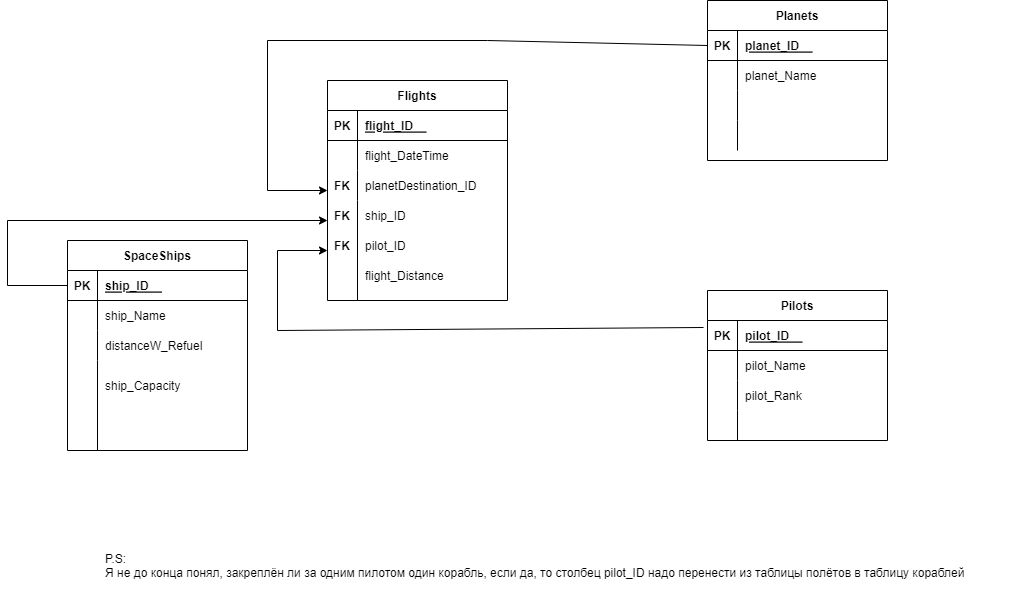
This is part1/SpacePort.png from Kolesa-Education/kolesa-upgrade-homework-4, a draw.io export, as it was before one commit. Source tidied: cells renumbered, new cells last; positions are measured from the earlier drawing's top-left corner, leaving out a move shared by most shapes. Its diagram source:
```xml
<mxGraphModel>
  <root>
    <mxCell id="0" />
    <mxCell id="1" parent="0" />
    <mxCell id="2" value="Flights" style="shape=table;startSize=30;rowLines=0;fontStyle=1;align=center;" parent="1" vertex="1">
      <mxGeometry x="320" y="80" width="180" height="220" as="geometry" />
    </mxCell>
    <mxCell id="3" style="shape=tableRow;horizontal=0;startSize=0;swimlaneHead=0;swimlaneBody=0;fillColor=none;top=0;left=0;right=0;bottom=1;" parent="2" vertex="1">
      <mxGeometry y="30" width="180" height="30" as="geometry" />
    </mxCell>
    <mxCell id="4" value="PK" style="shape=partialRectangle;fillColor=none;top=0;left=0;bottom=0;right=0;fontStyle=1;overflow=hidden;" parent="3" vertex="1">
      <mxGeometry width="30" height="30" as="geometry" />
    </mxCell>
    <mxCell id="5" value="flight_ID    " style="shape=partialRectangle;fillColor=none;top=0;left=0;bottom=0;right=0;align=left;spacingLeft=6;fontStyle=5;overflow=hidden;" parent="3" vertex="1">
      <mxGeometry x="30" width="150" height="30" as="geometry" />
    </mxCell>
    <mxCell id="6" style="shape=tableRow;horizontal=0;startSize=0;swimlaneHead=0;swimlaneBody=0;fillColor=none;top=0;left=0;right=0;bottom=0;" parent="2" vertex="1">
      <mxGeometry y="60" width="180" height="30" as="geometry" />
    </mxCell>
    <mxCell id="7" style="shape=partialRectangle;fillColor=none;top=0;left=0;bottom=0;right=0;overflow=hidden;" parent="6" vertex="1">
      <mxGeometry width="30" height="30" as="geometry" />
    </mxCell>
    <mxCell id="8" value="flight_DateTime" style="shape=partialRectangle;fillColor=none;top=0;left=0;bottom=0;right=0;align=left;spacingLeft=6;overflow=hidden;" parent="6" vertex="1">
      <mxGeometry x="30" width="150" height="30" as="geometry" />
    </mxCell>
    <mxCell id="9" style="shape=tableRow;horizontal=0;startSize=0;swimlaneHead=0;swimlaneBody=0;fillColor=none;top=0;left=0;right=0;bottom=0;" parent="2" vertex="1">
      <mxGeometry y="90" width="180" height="30" as="geometry" />
    </mxCell>
    <mxCell id="10" style="shape=partialRectangle;fillColor=none;top=0;left=0;bottom=0;right=0;overflow=hidden;" parent="9" vertex="1">
      <mxGeometry width="30" height="30" as="geometry" />
    </mxCell>
    <mxCell id="11" value="planetDestination_ID" style="shape=partialRectangle;fillColor=none;top=0;left=0;bottom=0;right=0;align=left;spacingLeft=6;overflow=hidden;" parent="9" vertex="1">
      <mxGeometry x="30" width="150" height="30" as="geometry" />
    </mxCell>
    <mxCell id="12" style="shape=tableRow;horizontal=0;startSize=0;swimlaneHead=0;swimlaneBody=0;fillColor=none;top=0;left=0;right=0;bottom=0;" parent="2" vertex="1">
      <mxGeometry y="120" width="180" height="100" as="geometry" />
    </mxCell>
    <mxCell id="13" style="shape=partialRectangle;fillColor=none;top=0;left=0;bottom=0;right=0;overflow=hidden;" parent="12" vertex="1">
      <mxGeometry width="30" height="100" as="geometry" />
    </mxCell>
    <mxCell id="14" style="shape=partialRectangle;fillColor=none;top=0;left=0;bottom=0;right=0;align=left;spacingLeft=6;overflow=hidden;" parent="12" vertex="1">
      <mxGeometry x="30" width="150" height="100" as="geometry" />
    </mxCell>
    <mxCell id="15" value="Planets" style="shape=table;startSize=30;rowLines=0;fontStyle=1;align=center;" parent="1" vertex="1">
      <mxGeometry x="700" width="180" height="160" as="geometry" />
    </mxCell>
    <mxCell id="16" style="shape=tableRow;horizontal=0;startSize=0;swimlaneHead=0;swimlaneBody=0;fillColor=none;points=[[0,0.5],[1,0.5]];portConstraint=eastwest;top=0;left=0;right=0;bottom=1;" parent="15" vertex="1">
      <mxGeometry y="30" width="180" height="30" as="geometry" />
    </mxCell>
    <mxCell id="17" value="PK" style="shape=partialRectangle;fillColor=none;top=0;left=0;bottom=0;right=0;fontStyle=1;overflow=hidden;" parent="16" vertex="1">
      <mxGeometry width="30" height="30" as="geometry" />
    </mxCell>
    <mxCell id="18" value="planet_ID    " style="shape=partialRectangle;fillColor=none;top=0;left=0;bottom=0;right=0;align=left;spacingLeft=6;fontStyle=5;overflow=hidden;" parent="16" vertex="1">
      <mxGeometry x="30" width="150" height="30" as="geometry" />
    </mxCell>
    <mxCell id="19" style="shape=tableRow;horizontal=0;startSize=0;swimlaneHead=0;swimlaneBody=0;fillColor=none;top=0;left=0;right=0;bottom=0;" parent="15" vertex="1">
      <mxGeometry y="60" width="180" height="30" as="geometry" />
    </mxCell>
    <mxCell id="20" style="shape=partialRectangle;fillColor=none;top=0;left=0;bottom=0;right=0;overflow=hidden;" parent="19" vertex="1">
      <mxGeometry width="30" height="30" as="geometry" />
    </mxCell>
    <mxCell id="21" value="planet_Name" style="shape=partialRectangle;fillColor=none;top=0;left=0;bottom=0;right=0;align=left;spacingLeft=6;overflow=hidden;" parent="19" vertex="1">
      <mxGeometry x="30" width="150" height="30" as="geometry" />
    </mxCell>
    <mxCell id="22" style="shape=tableRow;horizontal=0;startSize=0;swimlaneHead=0;swimlaneBody=0;fillColor=none;top=0;left=0;right=0;bottom=0;" parent="15" vertex="1">
      <mxGeometry y="90" width="180" height="30" as="geometry" />
    </mxCell>
    <mxCell id="23" style="shape=partialRectangle;fillColor=none;top=0;left=0;bottom=0;right=0;overflow=hidden;" parent="22" vertex="1">
      <mxGeometry width="30" height="30" as="geometry" />
    </mxCell>
    <mxCell id="24" style="shape=partialRectangle;fillColor=none;top=0;left=0;bottom=0;right=0;align=left;spacingLeft=6;overflow=hidden;" parent="22" vertex="1">
      <mxGeometry x="30" width="150" height="30" as="geometry" />
    </mxCell>
    <mxCell id="25" style="shape=tableRow;horizontal=0;startSize=0;swimlaneHead=0;swimlaneBody=0;fillColor=none;top=0;left=0;right=0;bottom=0;" parent="15" vertex="1">
      <mxGeometry y="120" width="180" height="30" as="geometry" />
    </mxCell>
    <mxCell id="26" style="shape=partialRectangle;fillColor=none;top=0;left=0;bottom=0;right=0;overflow=hidden;" parent="25" vertex="1">
      <mxGeometry width="30" height="30" as="geometry" />
    </mxCell>
    <mxCell id="27" style="shape=partialRectangle;fillColor=none;top=0;left=0;bottom=0;right=0;align=left;spacingLeft=6;overflow=hidden;" parent="25" vertex="1">
      <mxGeometry x="30" width="150" height="30" as="geometry" />
    </mxCell>
    <mxCell id="28" value="SpaceShips" style="shape=table;startSize=30;rowLines=0;fontStyle=1;align=center;" parent="1" vertex="1">
      <mxGeometry x="60" y="240" width="180" height="210" as="geometry" />
    </mxCell>
    <mxCell id="29" style="shape=tableRow;horizontal=0;startSize=0;swimlaneHead=0;swimlaneBody=0;fillColor=none;points=[[0,0.5],[1,0.5]];portConstraint=eastwest;top=0;left=0;right=0;bottom=1;" parent="28" vertex="1">
      <mxGeometry y="30" width="180" height="30" as="geometry" />
    </mxCell>
    <mxCell id="30" value="PK" style="shape=partialRectangle;fillColor=none;top=0;left=0;bottom=0;right=0;fontStyle=1;overflow=hidden;" parent="29" vertex="1">
      <mxGeometry width="30" height="30" as="geometry" />
    </mxCell>
    <mxCell id="31" value="ship_ID    " style="shape=partialRectangle;fillColor=none;top=0;left=0;bottom=0;right=0;align=left;spacingLeft=6;fontStyle=5;overflow=hidden;" parent="29" vertex="1">
      <mxGeometry x="30" width="150" height="30" as="geometry" />
    </mxCell>
    <mxCell id="32" style="shape=tableRow;horizontal=0;startSize=0;swimlaneHead=0;swimlaneBody=0;fillColor=none;top=0;left=0;right=0;bottom=0;" parent="28" vertex="1">
      <mxGeometry y="60" width="180" height="30" as="geometry" />
    </mxCell>
    <mxCell id="33" style="shape=partialRectangle;fillColor=none;top=0;left=0;bottom=0;right=0;overflow=hidden;" parent="32" vertex="1">
      <mxGeometry width="30" height="30" as="geometry" />
    </mxCell>
    <mxCell id="34" value="ship_Name" style="shape=partialRectangle;fillColor=none;top=0;left=0;bottom=0;right=0;align=left;spacingLeft=6;overflow=hidden;" parent="32" vertex="1">
      <mxGeometry x="30" width="150" height="30" as="geometry" />
    </mxCell>
    <mxCell id="35" style="shape=tableRow;horizontal=0;startSize=0;swimlaneHead=0;swimlaneBody=0;fillColor=none;top=0;left=0;right=0;bottom=0;" parent="28" vertex="1">
      <mxGeometry y="90" width="180" height="30" as="geometry" />
    </mxCell>
    <mxCell id="36" style="shape=partialRectangle;fillColor=none;top=0;left=0;bottom=0;right=0;overflow=hidden;" parent="35" vertex="1">
      <mxGeometry width="30" height="30" as="geometry" />
    </mxCell>
    <mxCell id="37" value="distanceW_Refuel" style="shape=partialRectangle;fillColor=none;top=0;left=0;bottom=0;right=0;align=left;spacingLeft=6;overflow=hidden;" parent="35" vertex="1">
      <mxGeometry x="30" width="150" height="30" as="geometry" />
    </mxCell>
    <mxCell id="38" style="shape=tableRow;horizontal=0;startSize=0;swimlaneHead=0;swimlaneBody=0;fillColor=none;top=0;left=0;right=0;bottom=0;" parent="28" vertex="1">
      <mxGeometry y="120" width="180" height="90" as="geometry" />
    </mxCell>
    <mxCell id="39" style="shape=partialRectangle;fillColor=none;top=0;left=0;bottom=0;right=0;overflow=hidden;" parent="38" vertex="1">
      <mxGeometry width="30" height="90" as="geometry" />
    </mxCell>
    <mxCell id="40" style="shape=partialRectangle;fillColor=none;top=0;left=0;bottom=0;right=0;align=left;spacingLeft=6;overflow=hidden;" parent="38" vertex="1">
      <mxGeometry x="30" width="150" height="90" as="geometry" />
    </mxCell>
    <mxCell id="41" value="ship_Capacity" style="shape=partialRectangle;fillColor=none;top=0;left=0;bottom=0;right=0;align=left;spacingLeft=6;overflow=hidden;" parent="1" vertex="1">
      <mxGeometry x="90" y="370" width="150" height="30" as="geometry" />
    </mxCell>
    <mxCell id="42" value="Pilots" style="shape=table;startSize=30;rowLines=0;fontStyle=1;align=center;" parent="1" vertex="1">
      <mxGeometry x="700" y="290" width="180" height="150" as="geometry" />
    </mxCell>
    <mxCell id="43" style="shape=tableRow;horizontal=0;startSize=0;swimlaneHead=0;swimlaneBody=0;fillColor=none;points=[[0,0.5],[1,0.5]];portConstraint=eastwest;top=0;left=0;right=0;bottom=1;" parent="42" vertex="1">
      <mxGeometry y="30" width="180" height="30" as="geometry" />
    </mxCell>
    <mxCell id="44" value="PK" style="shape=partialRectangle;fillColor=none;top=0;left=0;bottom=0;right=0;fontStyle=1;overflow=hidden;" parent="43" vertex="1">
      <mxGeometry width="30" height="30" as="geometry" />
    </mxCell>
    <mxCell id="45" value="pilot_ID    " style="shape=partialRectangle;fillColor=none;top=0;left=0;bottom=0;right=0;align=left;spacingLeft=6;fontStyle=5;overflow=hidden;" parent="43" vertex="1">
      <mxGeometry x="30" width="150" height="30" as="geometry" />
    </mxCell>
    <mxCell id="46" style="shape=tableRow;horizontal=0;startSize=0;swimlaneHead=0;swimlaneBody=0;fillColor=none;top=0;left=0;right=0;bottom=0;" parent="42" vertex="1">
      <mxGeometry y="60" width="180" height="30" as="geometry" />
    </mxCell>
    <mxCell id="47" style="shape=partialRectangle;fillColor=none;top=0;left=0;bottom=0;right=0;overflow=hidden;" parent="46" vertex="1">
      <mxGeometry width="30" height="30" as="geometry" />
    </mxCell>
    <mxCell id="48" value="pilot_Name" style="shape=partialRectangle;fillColor=none;top=0;left=0;bottom=0;right=0;align=left;spacingLeft=6;overflow=hidden;" parent="46" vertex="1">
      <mxGeometry x="30" width="150" height="30" as="geometry" />
    </mxCell>
    <mxCell id="49" style="shape=tableRow;horizontal=0;startSize=0;swimlaneHead=0;swimlaneBody=0;fillColor=none;top=0;left=0;right=0;bottom=0;" parent="42" vertex="1">
      <mxGeometry y="90" width="180" height="30" as="geometry" />
    </mxCell>
    <mxCell id="50" style="shape=partialRectangle;fillColor=none;top=0;left=0;bottom=0;right=0;overflow=hidden;" parent="49" vertex="1">
      <mxGeometry width="30" height="30" as="geometry" />
    </mxCell>
    <mxCell id="51" value="pilot_Rank" style="shape=partialRectangle;fillColor=none;top=0;left=0;bottom=0;right=0;align=left;spacingLeft=6;overflow=hidden;" parent="49" vertex="1">
      <mxGeometry x="30" width="150" height="30" as="geometry" />
    </mxCell>
    <mxCell id="52" style="shape=tableRow;horizontal=0;startSize=0;swimlaneHead=0;swimlaneBody=0;fillColor=none;top=0;left=0;right=0;bottom=0;" parent="42" vertex="1">
      <mxGeometry y="120" width="180" height="30" as="geometry" />
    </mxCell>
    <mxCell id="53" style="shape=partialRectangle;fillColor=none;top=0;left=0;bottom=0;right=0;overflow=hidden;" parent="52" vertex="1">
      <mxGeometry width="30" height="30" as="geometry" />
    </mxCell>
    <mxCell id="54" style="shape=partialRectangle;fillColor=none;top=0;left=0;bottom=0;right=0;align=left;spacingLeft=6;overflow=hidden;" parent="52" vertex="1">
      <mxGeometry x="30" width="150" height="30" as="geometry" />
    </mxCell>
    <mxCell id="55" value="ship_ID" style="shape=partialRectangle;fillColor=none;top=0;left=0;bottom=0;right=0;align=left;spacingLeft=6;overflow=hidden;" parent="1" vertex="1">
      <mxGeometry x="350" y="200" width="150" height="30" as="geometry" />
    </mxCell>
    <mxCell id="56" value="pilot_ID" style="shape=partialRectangle;fillColor=none;top=0;left=0;bottom=0;right=0;align=left;spacingLeft=6;overflow=hidden;" parent="1" vertex="1">
      <mxGeometry x="350" y="230" width="150" height="30" as="geometry" />
    </mxCell>
    <mxCell id="57" value="flight_Distance" style="shape=partialRectangle;fillColor=none;top=0;left=0;bottom=0;right=0;align=left;spacingLeft=6;overflow=hidden;" parent="1" vertex="1">
      <mxGeometry x="350" y="260" width="150" height="30" as="geometry" />
    </mxCell>
    <mxCell id="58" value="FK" style="shape=partialRectangle;fillColor=none;top=0;left=0;bottom=0;right=0;fontStyle=1;overflow=hidden;" parent="1" vertex="1">
      <mxGeometry x="320" y="170" width="30" height="30" as="geometry" />
    </mxCell>
    <mxCell id="59" value="FK" style="shape=partialRectangle;fillColor=none;top=0;left=0;bottom=0;right=0;fontStyle=1;overflow=hidden;" parent="1" vertex="1">
      <mxGeometry x="320" y="200" width="30" height="30" as="geometry" />
    </mxCell>
    <mxCell id="60" value="FK" style="shape=partialRectangle;fillColor=none;top=0;left=0;bottom=0;right=0;fontStyle=1;overflow=hidden;" parent="1" vertex="1">
      <mxGeometry x="320" y="230" width="30" height="30" as="geometry" />
    </mxCell>
    <mxCell id="61" style="endArrow=classic;html=1;rounded=0;exitX=-0.022;exitY=0.233;exitDx=0;exitDy=0;exitPerimeter=0;" parent="1" edge="1" source="43">
      <mxGeometry relative="1" as="geometry">
        <mxPoint x="320" y="250" as="targetPoint" />
        <Array as="points">
          <mxPoint x="270" y="330" />
          <mxPoint x="270" y="250" />
        </Array>
      </mxGeometry>
    </mxCell>
    <mxCell id="62" style="endArrow=classic;html=1;rounded=0;exitX=0;exitY=0.5;exitDx=0;exitDy=0;" parent="1" edge="1" source="29">
      <mxGeometry relative="1" as="geometry">
        <mxPoint x="320" y="220" as="targetPoint" />
        <Array as="points">
          <mxPoint y="285" />
          <mxPoint y="220" />
        </Array>
      </mxGeometry>
    </mxCell>
    <mxCell id="63" style="endArrow=classic;html=1;rounded=0;exitX=0;exitY=0.5;exitDx=0;exitDy=0;" parent="1" edge="1" source="16">
      <mxGeometry relative="1" as="geometry">
        <mxPoint x="320" y="190" as="targetPoint" />
        <Array as="points">
          <mxPoint x="480" y="40" />
          <mxPoint x="260" y="40" />
          <mxPoint x="260" y="190" />
        </Array>
      </mxGeometry>
    </mxCell>
    <mxCell id="64" value="P.S:&#10;Я не до конца понял, закреплён ли за одним пилотом один корабль, если да, то столбец pilot_ID надо перенести из таблицы полётов в таблицу кораблей" style="shape=partialRectangle;fillColor=none;top=0;left=0;bottom=0;right=0;align=left;spacingLeft=6;overflow=hidden;" parent="1" vertex="1">
      <mxGeometry x="90" y="540" width="930" height="50" as="geometry" />
    </mxCell>
  </root>
</mxGraphModel>
```
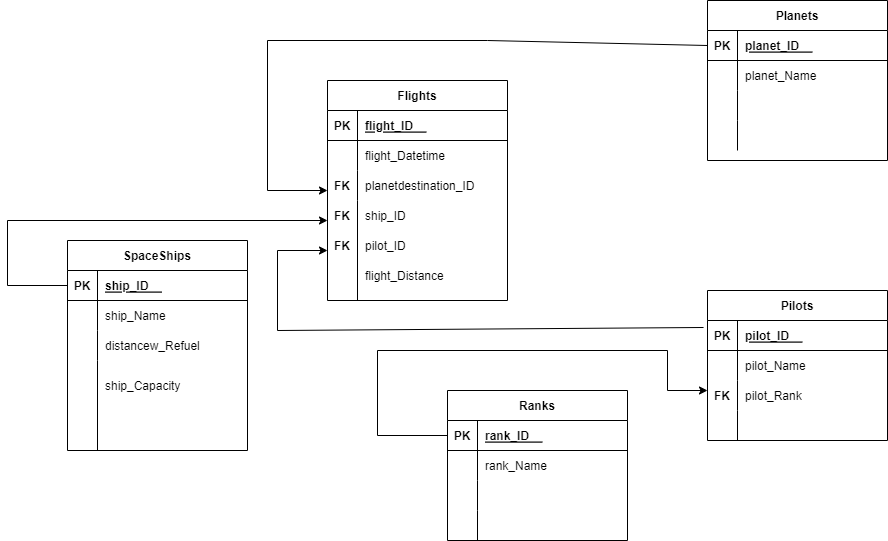
The same file after the commit.

Commit message:
Поправил согласно PR-y

What changed in the source:
```diff
@@ -20,7 +20,7 @@
     <mxCell id="7" style="shape=partialRectangle;fillColor=none;top=0;left=0;bottom=0;right=0;overflow=hidden;" parent="6" vertex="1">
       <mxGeometry width="30" height="30" as="geometry" />
     </mxCell>
-    <mxCell id="8" value="flight_DateTime" style="shape=partialRectangle;fillColor=none;top=0;left=0;bottom=0;right=0;align=left;spacingLeft=6;overflow=hidden;" parent="6" vertex="1">
+    <mxCell id="8" value="flight_Datetime" style="shape=partialRectangle;fillColor=none;top=0;left=0;bottom=0;right=0;align=left;spacingLeft=6;overflow=hidden;" parent="6" vertex="1">
       <mxGeometry x="30" width="150" height="30" as="geometry" />
     </mxCell>
     <mxCell id="9" style="shape=tableRow;horizontal=0;startSize=0;swimlaneHead=0;swimlaneBody=0;fillColor=none;top=0;left=0;right=0;bottom=0;" parent="2" vertex="1">
@@ -29,7 +29,7 @@
     <mxCell id="10" style="shape=partialRectangle;fillColor=none;top=0;left=0;bottom=0;right=0;overflow=hidden;" parent="9" vertex="1">
       <mxGeometry width="30" height="30" as="geometry" />
     </mxCell>
-    <mxCell id="11" value="planetDestination_ID" style="shape=partialRectangle;fillColor=none;top=0;left=0;bottom=0;right=0;align=left;spacingLeft=6;overflow=hidden;" parent="9" vertex="1">
+    <mxCell id="11" value="planetdestination_ID" style="shape=partialRectangle;fillColor=none;top=0;left=0;bottom=0;right=0;align=left;spacingLeft=6;overflow=hidden;" parent="9" vertex="1">
       <mxGeometry x="30" width="150" height="30" as="geometry" />
     </mxCell>
     <mxCell id="12" style="shape=tableRow;horizontal=0;startSize=0;swimlaneHead=0;swimlaneBody=0;fillColor=none;top=0;left=0;right=0;bottom=0;" parent="2" vertex="1">
@@ -107,7 +107,7 @@
     <mxCell id="36" style="shape=partialRectangle;fillColor=none;top=0;left=0;bottom=0;right=0;overflow=hidden;" parent="35" vertex="1">
       <mxGeometry width="30" height="30" as="geometry" />
     </mxCell>
-    <mxCell id="37" value="distanceW_Refuel" style="shape=partialRectangle;fillColor=none;top=0;left=0;bottom=0;right=0;align=left;spacingLeft=6;overflow=hidden;" parent="35" vertex="1">
+    <mxCell id="37" value="distancew_Refuel" style="shape=partialRectangle;fillColor=none;top=0;left=0;bottom=0;right=0;align=left;spacingLeft=6;overflow=hidden;" parent="35" vertex="1">
       <mxGeometry x="30" width="150" height="30" as="geometry" />
     </mxCell>
     <mxCell id="38" style="shape=tableRow;horizontal=0;startSize=0;swimlaneHead=0;swimlaneBody=0;fillColor=none;top=0;left=0;right=0;bottom=0;" parent="28" vertex="1">
@@ -207,8 +207,58 @@
         </Array>
       </mxGeometry>
     </mxCell>
-    <mxCell id="64" value="P.S:&#10;Я не до конца понял, закреплён ли за одним пилотом один корабль, если да, то столбец pilot_ID надо перенести из таблицы полётов в таблицу кораблей" style="shape=partialRectangle;fillColor=none;top=0;left=0;bottom=0;right=0;align=left;spacingLeft=6;overflow=hidden;" parent="1" vertex="1">
-      <mxGeometry x="90" y="540" width="930" height="50" as="geometry" />
-    </mxCell>
+    <mxCell id="65" value="Ranks" style="shape=table;startSize=30;rowLines=0;fontStyle=1;align=center;" parent="1" vertex="1">
+      <mxGeometry x="440" y="390" width="180" height="150" as="geometry" />
+    </mxCell>
+    <mxCell id="66" style="shape=tableRow;horizontal=0;startSize=0;swimlaneHead=0;swimlaneBody=0;fillColor=none;points=[[0,0.5],[1,0.5]];portConstraint=eastwest;top=0;left=0;right=0;bottom=1;" parent="65" vertex="1">
+      <mxGeometry y="30" width="180" height="30" as="geometry" />
+    </mxCell>
+    <mxCell id="67" value="PK" style="shape=partialRectangle;fillColor=none;top=0;left=0;bottom=0;right=0;fontStyle=1;overflow=hidden;" parent="66" vertex="1">
+      <mxGeometry width="30" height="30" as="geometry" />
+    </mxCell>
+    <mxCell id="68" value="rank_ID    " style="shape=partialRectangle;fillColor=none;top=0;left=0;bottom=0;right=0;align=left;spacingLeft=6;fontStyle=5;overflow=hidden;" parent="66" vertex="1">
+      <mxGeometry x="30" width="150" height="30" as="geometry" />
+    </mxCell>
+    <mxCell id="69" style="shape=tableRow;horizontal=0;startSize=0;swimlaneHead=0;swimlaneBody=0;fillColor=none;top=0;left=0;right=0;bottom=0;" parent="65" vertex="1">
+      <mxGeometry y="60" width="180" height="30" as="geometry" />
+    </mxCell>
+    <mxCell id="70" style="shape=partialRectangle;fillColor=none;top=0;left=0;bottom=0;right=0;overflow=hidden;" parent="69" vertex="1">
+      <mxGeometry width="30" height="30" as="geometry" />
+    </mxCell>
+    <mxCell id="71" value="rank_Name" style="shape=partialRectangle;fillColor=none;top=0;left=0;bottom=0;right=0;align=left;spacingLeft=6;overflow=hidden;" parent="69" vertex="1">
+      <mxGeometry x="30" width="150" height="30" as="geometry" />
+    </mxCell>
+    <mxCell id="72" style="shape=tableRow;horizontal=0;startSize=0;swimlaneHead=0;swimlaneBody=0;fillColor=none;top=0;left=0;right=0;bottom=0;" parent="65" vertex="1">
+      <mxGeometry y="90" width="180" height="30" as="geometry" />
+    </mxCell>
+    <mxCell id="73" style="shape=partialRectangle;fillColor=none;top=0;left=0;bottom=0;right=0;overflow=hidden;" parent="72" vertex="1">
+      <mxGeometry width="30" height="30" as="geometry" />
+    </mxCell>
+    <mxCell id="74" style="shape=partialRectangle;fillColor=none;top=0;left=0;bottom=0;right=0;align=left;spacingLeft=6;overflow=hidden;" parent="72" vertex="1">
+      <mxGeometry x="30" width="150" height="30" as="geometry" />
+    </mxCell>
+    <mxCell id="75" style="shape=tableRow;horizontal=0;startSize=0;swimlaneHead=0;swimlaneBody=0;fillColor=none;top=0;left=0;right=0;bottom=0;" parent="65" vertex="1">
+      <mxGeometry y="120" width="180" height="30" as="geometry" />
+    </mxCell>
+    <mxCell id="76" style="shape=partialRectangle;fillColor=none;top=0;left=0;bottom=0;right=0;overflow=hidden;" parent="75" vertex="1">
+      <mxGeometry width="30" height="30" as="geometry" />
+    </mxCell>
+    <mxCell id="77" style="shape=partialRectangle;fillColor=none;top=0;left=0;bottom=0;right=0;align=left;spacingLeft=6;overflow=hidden;" parent="75" vertex="1">
+      <mxGeometry x="30" width="150" height="30" as="geometry" />
+    </mxCell>
+    <mxCell id="78" value="FK" style="shape=partialRectangle;fillColor=none;top=0;left=0;bottom=0;right=0;fontStyle=1;overflow=hidden;" parent="1" vertex="1">
+      <mxGeometry x="700" y="380" width="30" height="30" as="geometry" />
+    </mxCell>
+    <mxCell id="79" style="endArrow=classic;html=1;rounded=0;exitX=0;exitY=0.5;exitDx=0;exitDy=0;" parent="1" edge="1" source="66">
+      <mxGeometry relative="1" as="geometry">
+        <mxPoint x="700" y="390" as="targetPoint" />
+        <Array as="points">
+          <mxPoint x="370" y="435" />
+          <mxPoint x="370" y="350" />
+          <mxPoint x="660" y="350" />
+          <mxPoint x="660" y="390" />
+        </Array>
+      </mxGeometry>
+    </mxCell>
   </root>
 </mxGraphModel>
```
